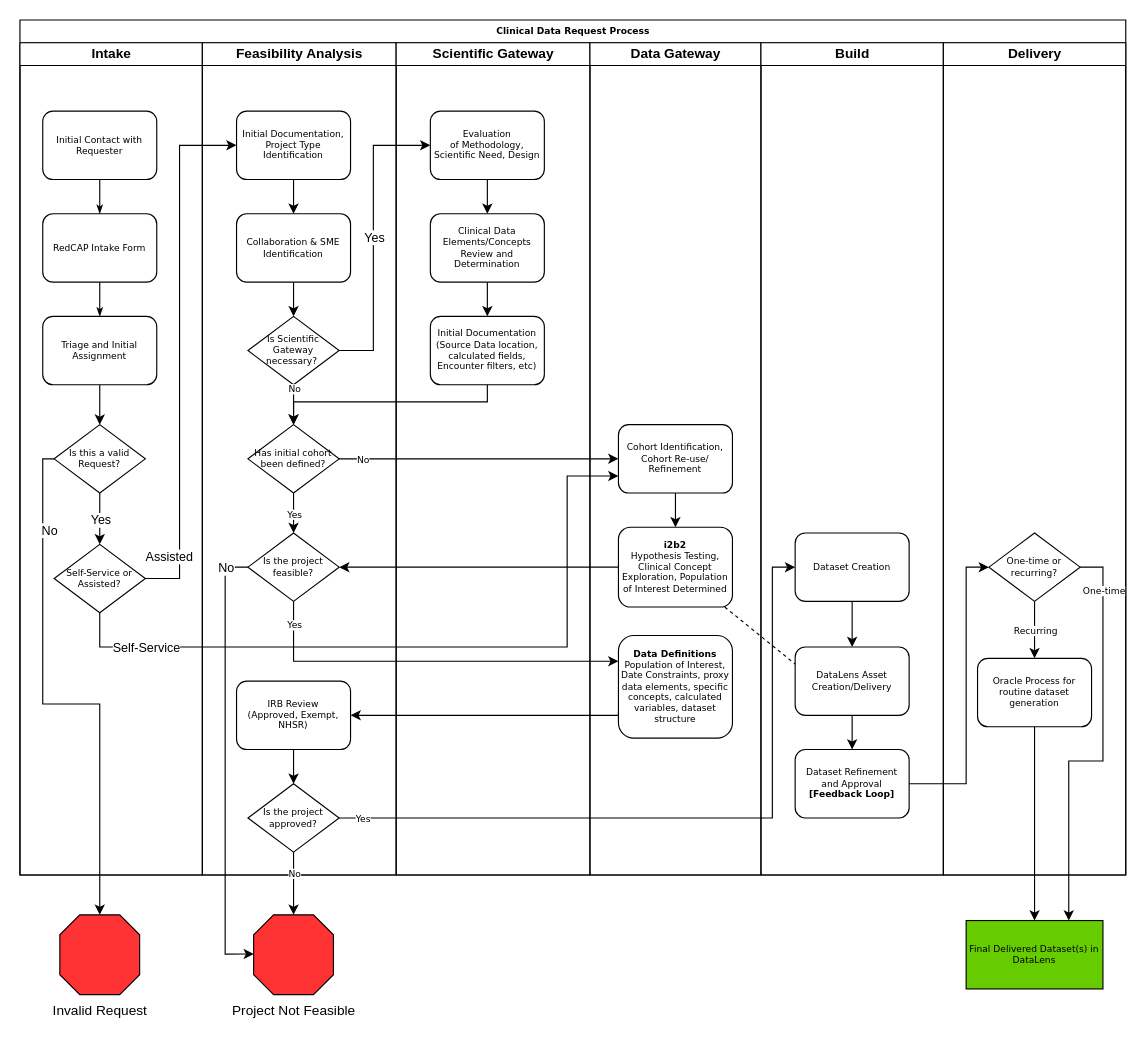
This is Clinical Data Request.drawio from ntimkovich/UAB-II-Diagrams, a draw.io file, before an edit. Source tidied: cells renumbered, new cells numbered last; positions are measured from the earlier drawing's top-left corner, leaving out a move shared by most shapes. Both pictures are drawn from the tidied source at 114%, with x=0, y=0 at pixel (19, 19).
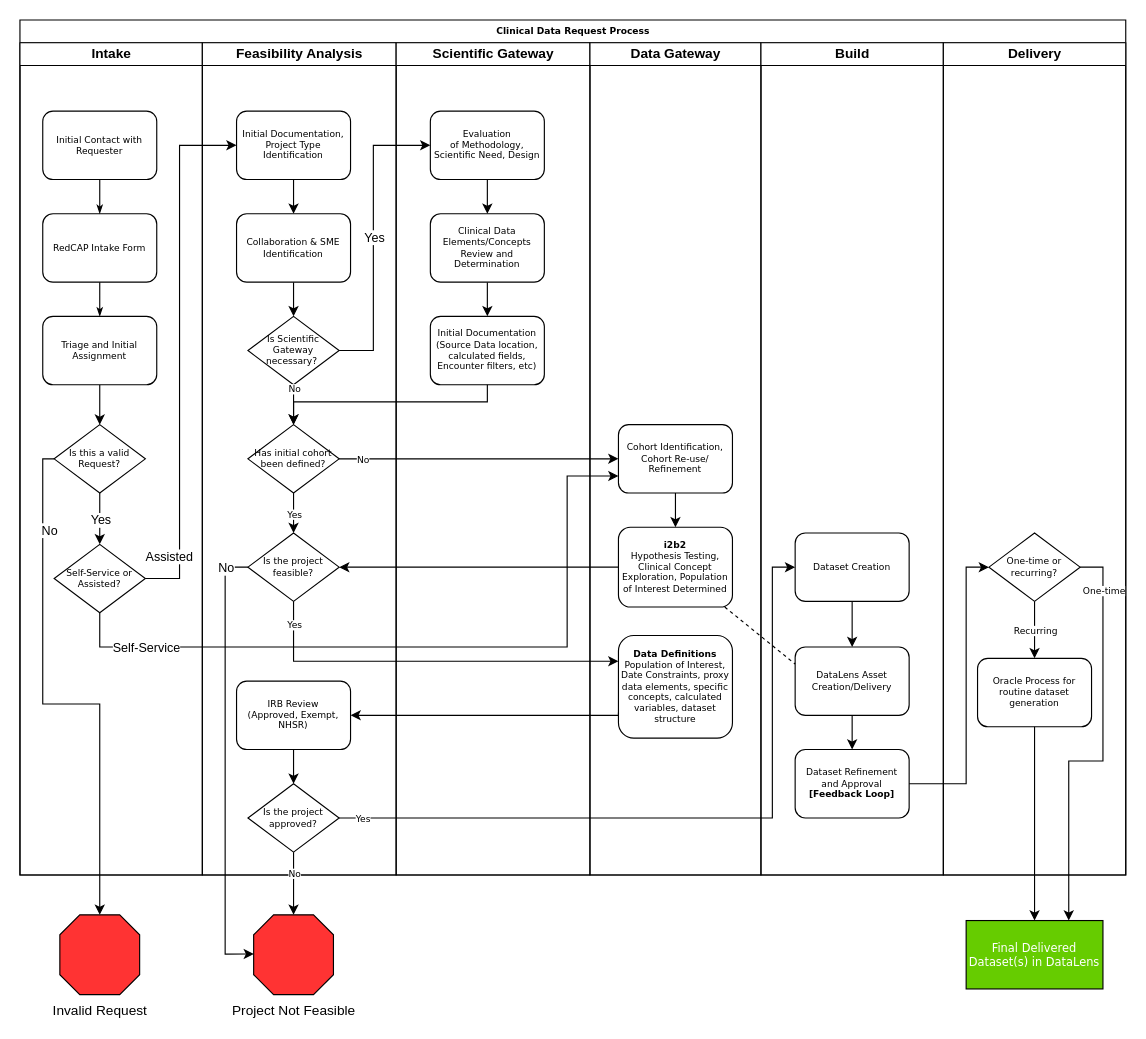
The same page after the edit.

Diff of the diagram source:
```diff
@@
-    <mxCell id="74" value="Final Delivered Dataset(s) in DataLens" style="rounded=0;whiteSpace=wrap;html=1;fontFamily=Verdana;fontSize=8;fillColor=#66CC00;" parent="1" vertex="1">
+    <mxCell id="74" value="&lt;font color=&quot;#ffffff&quot; style=&quot;font-size: 10px;&quot;&gt;Final Delivered Dataset(s) in DataLens&lt;/font&gt;" style="rounded=0;whiteSpace=wrap;html=1;fontFamily=Verdana;fontSize=8;fillColor=#66CC00;" parent="1" vertex="1">
       <mxGeometry x="830" y="790" width="120" height="60" as="geometry" />
     </mxCell>
```
